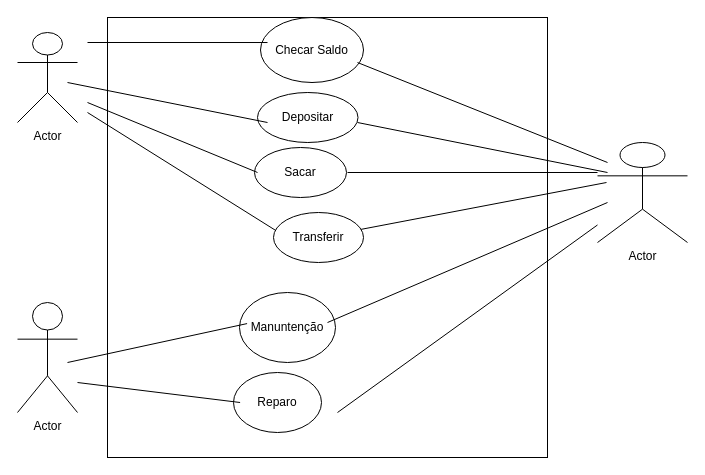
The draw.io diagram page "Página-2" (2 of 3) of Diagrama sem nome.drawio in maysa158/diagramasderequisitos05, before the edit. Source tidied: cells renumbered, new cells numbered last; positions are measured from the earlier drawing's top-left corner, leaving out a move shared by most shapes. Both pictures are drawn from the tidied source at 100%, with x=0, y=0 at pixel (17, 17).
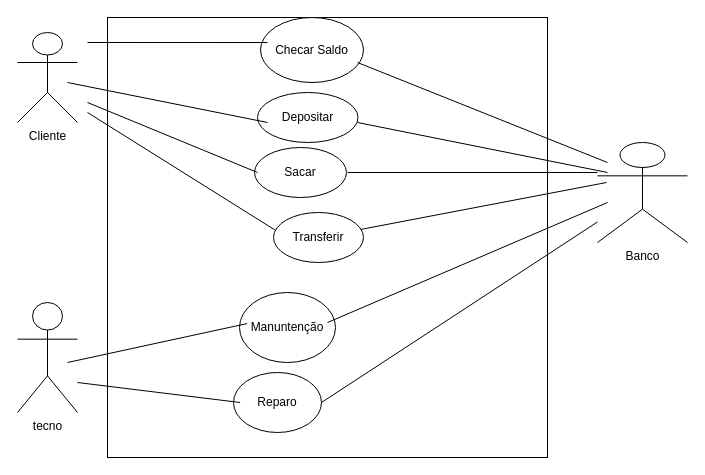
Above is the later version.

The change refers to these unchanged cells:
```xml
<mxCell id="7" value="Reparo" style="ellipse;whiteSpace=wrap;html=1;" parent="1" vertex="1">
  <mxGeometry x="216" y="355" width="88" height="60" as="geometry" />
</mxCell>
```

What changed in the source:
```diff
@@
-    <mxCell id="3" value="Actor" style="shape=umlActor;verticalLabelPosition=bottom;verticalAlign=top;html=1;" parent="1" vertex="1">
+    <mxCell id="3" value="Cliente" style="shape=umlActor;verticalLabelPosition=bottom;verticalAlign=top;html=1;" parent="1" vertex="1">
       <mxGeometry y="15" width="60" height="90" as="geometry" />
     </mxCell>
-    <mxCell id="4" value="Actor" style="shape=umlActor;verticalLabelPosition=bottom;verticalAlign=top;html=1;" parent="1" vertex="1">
+    <mxCell id="4" value="tecno" style="shape=umlActor;verticalLabelPosition=bottom;verticalAlign=top;html=1;" parent="1" vertex="1">
       <mxGeometry y="285" width="60" height="110" as="geometry" />
     </mxCell>
-    <mxCell id="5" value="Actor" style="shape=umlActor;verticalLabelPosition=bottom;verticalAlign=top;html=1;outlineConnect=0;" parent="1" vertex="1">
+    <mxCell id="5" value="Banco" style="shape=umlActor;verticalLabelPosition=bottom;verticalAlign=top;html=1;outlineConnect=0;" parent="1" vertex="1">
       <mxGeometry x="580" y="125" width="90" height="100" as="geometry" />
     </mxCell>
@@
-    <mxCell id="10" style="endArrow=none;html=1;rounded=0;" parent="1" edge="1" target="5">
-      <mxGeometry relative="1" as="geometry">
-        <mxPoint x="320" y="395" as="sourcePoint" />
-      </mxGeometry>
+    <mxCell id="10" style="endArrow=none;html=1;rounded=0;exitX=1;exitY=0.5;exitDx=0;exitDy=0;" parent="1" edge="1" source="7" target="5">
+      <mxGeometry relative="1" as="geometry" />
     </mxCell>
```
